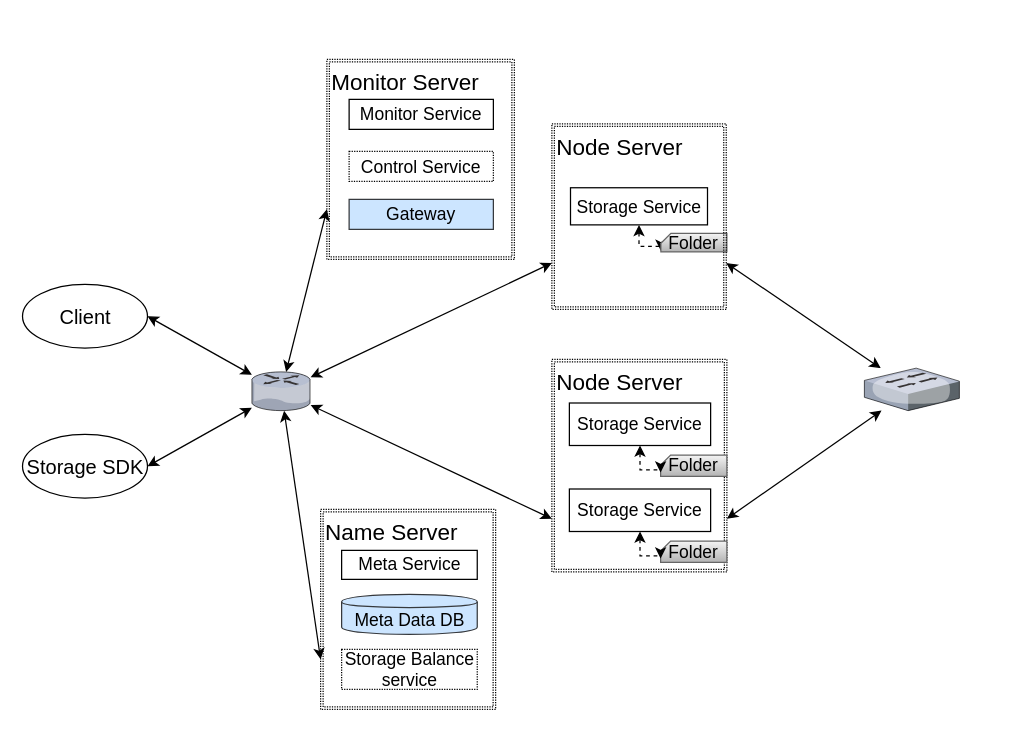
The draw.io diagram page "General Deployment" (3 of 4) of sfs.drawio in darce2014/SpringCloudConfig, before the edit. Source tidied: cells renumbered, new cells numbered last; positions are measured from the earlier drawing's top-left corner, leaving out a move shared by most shapes. Both pictures are drawn from the tidied source at 125%, with x=0, y=0 at pixel (21, 59).
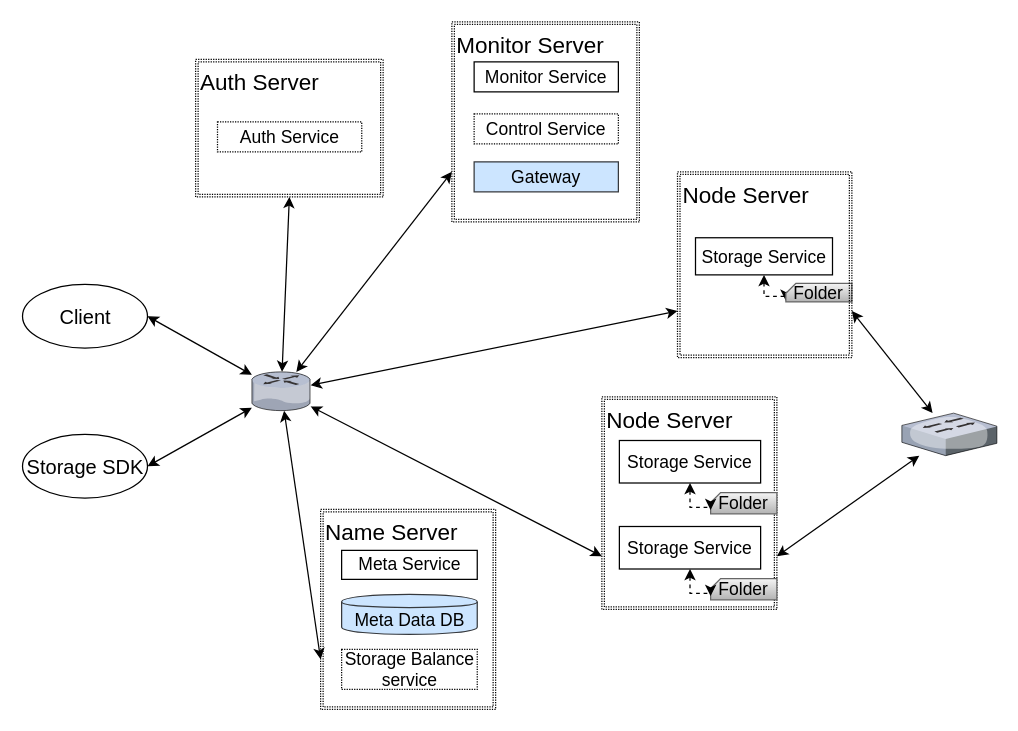
The same diagram, later.

Unchanged cells that the change refers to:
```xml
<mxCell id="8" style="verticalLabelPosition=bottom;html=1;verticalAlign=top;strokeColor=none;align=center;outlineConnect=0;shape=mxgraph.citrix.router;shadow=0;fillColor=#ffffff;gradientColor=none;" parent="1" vertex="1">
  <mxGeometry x="184" y="250" width="47" height="31" as="geometry" />
</mxCell>
<mxCell id="18" style="group;" parent="17" vertex="1">
  <mxGeometry width="140" height="148.5" as="geometry" />
</mxCell>
```

Diff of the diagram source:
```diff
@@
     <mxCell id="6" style="verticalLabelPosition=bottom;html=1;verticalAlign=top;strokeColor=none;align=center;outlineConnect=0;shape=mxgraph.citrix.switch;shadow=0;fillColor=#ffffff;gradientColor=none;" parent="1" vertex="1">
-      <mxGeometry x="674" y="247" width="76" height="34" as="geometry" />
+      <mxGeometry x="704" y="283" width="76" height="34" as="geometry" />
     </mxCell>
@@
     <mxCell id="9" style="group;" parent="1" vertex="1">
-      <mxGeometry x="424" y="240" width="140" height="170" as="geometry" />
+      <mxGeometry x="464" y="270" width="140" height="170" as="geometry" />
     </mxCell>
@@
     <mxCell id="17" style="group;" parent="1" vertex="1">
-      <mxGeometry x="424" y="50" width="140" height="150" as="geometry" />
+      <mxGeometry x="524" y="90" width="140" height="150" as="geometry" />
     </mxCell>
@@
-    <mxCell id="22" value="Node Server" style="shape=ext;double=1;rounded=0;whiteSpace=wrap;html=1;shadow=0;glass=0;dashed=1;dashPattern=1 1;fillColor=none;align=left;verticalAlign=top;fontSize=18;" parent="17" vertex="1">
-      <mxGeometry y="1.5" width="139.5" height="148.5" as="geometry" />
+    <mxCell id="22" value="Node Server" style="shape=ext;double=1;rounded=0;whiteSpace=wrap;html=1;shadow=0;glass=0;dashed=1;dashPattern=1 1;fillColor=none;align=left;verticalAlign=top;fontSize=18;" parent="18" vertex="1">
+      <mxGeometry x="0.5" width="139.5" height="148.5" as="geometry" />
     </mxCell>
@@
     <mxCell id="34" style="group;" parent="1" vertex="1">
-      <mxGeometry x="244" width="150" height="160" as="geometry" />
+      <mxGeometry x="344" y="-30" width="150" height="160" as="geometry" />
     </mxCell>
@@
+    <mxCell id="40" value="Auth Server" style="shape=ext;double=1;rounded=0;whiteSpace=wrap;html=1;shadow=0;glass=0;dashed=1;dashPattern=1 1;fillColor=none;align=left;verticalAlign=top;fontSize=18;" parent="1" vertex="1">
+      <mxGeometry x="139" width="150" height="110" as="geometry" />
+    </mxCell>
+    <mxCell id="41" value="Auth Service" style="rounded=0;whiteSpace=wrap;html=1;shadow=0;glass=0;fillColor=none;align=center;fontSize=14;dashed=1;dashPattern=1 1;" parent="1" vertex="1">
+      <mxGeometry x="156.5" y="50" width="115.4" height="24" as="geometry" />
+    </mxCell>
+    <mxCell id="42" style="edgeStyle=none;rounded=0;jettySize=auto;html=1;entryX=0.5;entryY=1;entryDx=0;entryDy=0;startArrow=classic;startFill=1;" parent="1" edge="1" source="8" target="40">
+      <mxGeometry relative="1" as="geometry" />
+    </mxCell>
```
